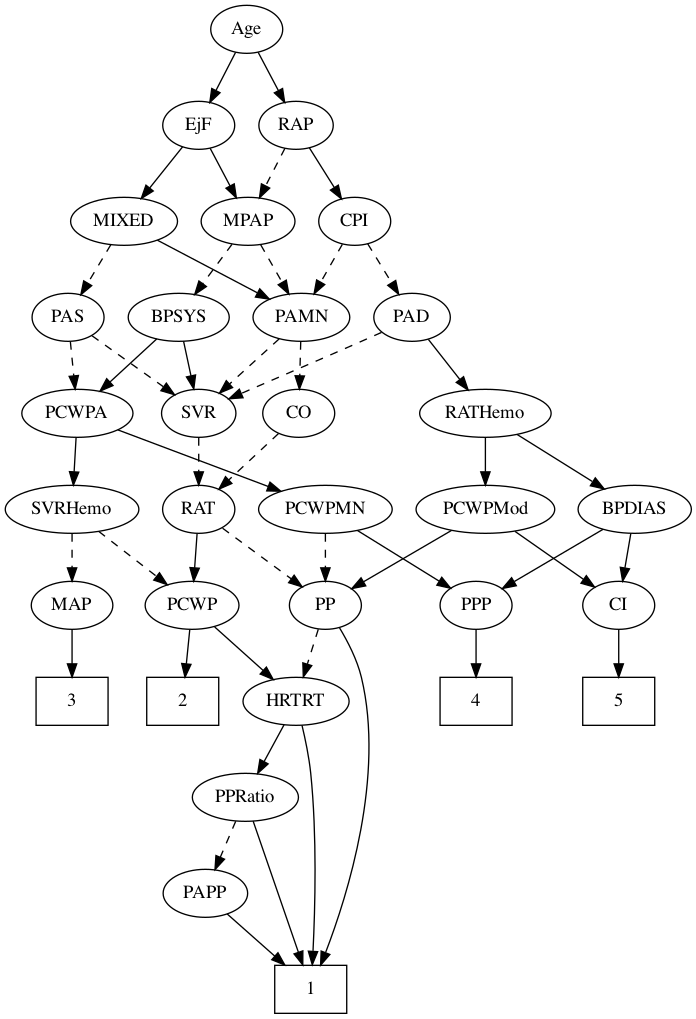
Above: TreeFiles/TreeTraining/tree2v0.png in jozieLamp/CARNA (Graphviz), before the change. Its source is kept beside it as TreeFiles/TreeTraining/tree2v0.dot. Source of this version:
```dot
strict digraph {
	graph [bb="0,0,514.29,756"];
	node [label="\N"];
	1	[height=0.5,
		pos="229.05,18",
		shape=box,
		width=0.75];
	2	[height=0.5,
		pos="133.05,234",
		shape=box,
		width=0.75];
	3	[height=0.5,
		pos="50.046,234",
		shape=box,
		width=0.75];
	4	[height=0.5,
		pos="353.05,234",
		shape=box,
		width=0.75];
	5	[height=0.5,
		pos="460.05,234",
		shape=box,
		width=0.75];
	Age	[height=0.5,
		pos="181.05,738",
		width=0.75];
	EjF	[height=0.5,
		pos="145.05,666",
		width=0.75];
	Age -> EjF	[pos="e,153.35,683.15 172.7,720.76 168.33,712.28 162.9,701.71 158,692.2",
		style=solid];
	RAP	[height=0.5,
		pos="218.05,666",
		width=0.77632];
	Age -> RAP	[pos="e,209.51,683.15 189.63,720.76 194.11,712.28 199.7,701.71 204.73,692.2",
		style=solid];
	MIXED	[height=0.5,
		pos="89.046,594",
		width=1.1193];
	EjF -> MIXED	[pos="e,101.95,611.13 132.89,649.81 125.69,640.8 116.39,629.18 108.21,618.95",
		style=solid];
	MPAP	[height=0.5,
		pos="182.05,594",
		width=0.97491];
	EjF -> MPAP	[pos="e,173.25,611.63 153.63,648.76 158.05,640.4 163.54,630.02 168.51,620.61",
		style=solid];
	RAP -> MPAP	[pos="e,190.6,611.63 209.7,648.76 205.4,640.4 200.05,630.02 195.21,620.61",
		style=dashed];
	CPI	[height=0.5,
		pos="262.05,594",
		width=0.75];
	RAP -> CPI	[pos="e,252.1,610.82 228.03,649.12 233.54,640.34 240.51,629.26 246.7,619.42",
		style=solid];
	PAS	[height=0.5,
		pos="47.046,522",
		width=0.75];
	MIXED -> PAS	[pos="e,56.638,538.99 79.092,576.41 73.945,567.83 67.56,557.19 61.847,547.67",
		style=dashed];
	PAMN	[height=0.5,
		pos="222.05,522",
		width=1.011];
	MIXED -> PAMN	[pos="e,198.04,535.64 114.06,579.83 135.23,568.69 165.72,552.64 188.91,540.44",
		style=solid];
	BPSYS	[height=0.5,
		pos="130.05,522",
		width=1.0471];
	MPAP -> BPSYS	[pos="e,142.04,539.15 169.99,576.76 163.49,568.02 155.34,557.05 148.1,547.31",
		style=dashed];
	MPAP -> PAMN	[pos="e,212.63,539.47 191.53,576.41 196.31,568.04 202.21,557.71 207.55,548.37",
		style=dashed];
	SVR	[height=0.5,
		pos="145.05,450",
		width=0.77632];
	BPSYS -> SVR	[pos="e,141.34,468.28 133.68,504.05 135.35,496.26 137.37,486.82 139.24,478.08",
		style=solid];
	PCWPA	[height=0.5,
		pos="54.046,450",
		width=1.1555];
	BPSYS -> PCWPA	[pos="e,71.03,466.64 113.55,505.81 103.34,496.4 90.031,484.14 78.591,473.61",
		style=solid];
	PAD	[height=0.5,
		pos="305.05,522",
		width=0.79437];
	RATHemo	[height=0.5,
		pos="360.05,450",
		width=1.3721];
	PAD -> RATHemo	[pos="e,347.11,467.47 317.25,505.46 324.17,496.65 332.99,485.43 340.82,475.46",
		style=solid];
	PAD -> SVR	[pos="e,167.73,460.9 282.16,510.71 277.18,508.49 271.94,506.16 267.05,504 230.25,487.79 220.92,484.03 184.05,468 181.73,466.99 179.35,\
465.96 176.94,464.91",
		style=dashed];
	CO	[height=0.5,
		pos="220.05,450",
		width=0.75];
	RAT	[height=0.5,
		pos="145.05,378",
		width=0.75827];
	CO -> RAT	[pos="e,160.2,393.14 204.87,434.83 194.19,424.87 179.73,411.37 167.69,400.14",
		style=dashed];
	PAS -> SVR	[pos="e,126.85,463.99 65.02,508.16 79.984,497.47 101.5,482.1 118.46,469.99",
		style=dashed];
	PAS -> PCWPA	[pos="e,52.335,468.1 48.776,503.7 49.547,495.98 50.474,486.71 51.334,478.11",
		style=dashed];
	PAMN -> CO	[pos="e,220.53,468.1 221.55,503.7 221.33,495.98 221.07,486.71 220.82,478.11",
		style=dashed];
	PAMN -> SVR	[pos="e,160.67,465.21 205.34,505.81 194.45,495.92 180.1,482.87 168.13,471.99",
		style=dashed];
	PCWPMod	[height=0.5,
		pos="360.05,378",
		width=1.4443];
	RATHemo -> PCWPMod	[pos="e,360.05,396.1 360.05,431.7 360.05,423.98 360.05,414.71 360.05,406.11",
		style=solid];
	BPDIAS	[height=0.5,
		pos="472.05,378",
		width=1.1735];
	RATHemo -> BPDIAS	[pos="e,449.09,393.35 383.8,434.15 400.2,423.9 422.21,410.15 440.14,398.94",
		style=solid];
	CPI -> PAD	[pos="e,295.03,539.31 271.8,577.12 277.11,568.47 283.81,557.58 289.79,547.83",
		style=dashed];
	CPI -> PAMN	[pos="e,231.55,539.63 252.77,576.76 247.99,568.4 242.05,558.02 236.68,548.61",
		style=dashed];
	PP	[height=0.5,
		pos="240.05,306",
		width=0.75];
	RAT -> PP	[pos="e,222.58,319.87 162.91,363.83 177.47,353.11 198.2,337.83 214.51,325.82",
		style=dashed];
	PCWP	[height=0.5,
		pos="140.05,306",
		width=0.97491];
	RAT -> PCWP	[pos="e,141.27,324.1 143.81,359.7 143.26,351.98 142.6,342.71 141.98,334.11",
		style=solid];
	SVR -> RAT	[pos="e,145.05,396.1 145.05,431.7 145.05,423.98 145.05,414.71 145.05,406.11",
		style=dashed];
	PCWPMod -> PP	[pos="e,259.91,318.59 334.6,362.15 315.27,350.88 288.68,335.37 268.62,323.67",
		style=solid];
	CI	[height=0.5,
		pos="460.05,306",
		width=0.75];
	PCWPMod -> CI	[pos="e,441.92,319.69 382.24,361.46 397.39,350.86 417.53,336.76 433.52,325.57",
		style=solid];
	PCWPMN	[height=0.5,
		pos="240.05,378",
		width=1.3902];
	PCWPA -> PCWPMN	[pos="e,206.62,391.58 84.344,437.6 115.02,426.05 162.73,408.1 197.25,395.1",
		style=solid];
	SVRHemo	[height=0.5,
		pos="50.046,378",
		width=1.3902];
	PCWPA -> SVRHemo	[pos="e,51.023,396.1 53.057,431.7 52.616,423.98 52.086,414.71 51.595,406.11",
		style=solid];
	PCWPMN -> PP	[pos="e,240.05,324.1 240.05,359.7 240.05,351.98 240.05,342.71 240.05,334.11",
		style=dashed];
	PPP	[height=0.5,
		pos="353.05,306",
		width=0.75];
	PCWPMN -> PPP	[pos="e,333.98,318.81 264.01,362.15 281.94,351.05 306.49,335.84 325.28,324.2",
		style=solid];
	MAP	[height=0.5,
		pos="50.046,306",
		width=0.84854];
	SVRHemo -> MAP	[pos="e,50.046,324.1 50.046,359.7 50.046,351.98 50.046,342.71 50.046,334.11",
		style=dashed];
	SVRHemo -> PCWP	[pos="e,121.36,321.54 70.019,361.46 82.714,351.59 99.304,338.69 113.15,327.92",
		style=dashed];
	BPDIAS -> PPP	[pos="e,372.86,318.65 448.25,363 429.08,351.72 402.05,335.83 381.69,323.85",
		style=solid];
	BPDIAS -> CI	[pos="e,462.98,324.1 469.08,359.7 467.76,351.98 466.17,342.71 464.69,334.11",
		style=solid];
	MAP -> 3	[pos="e,50.046,252.1 50.046,287.7 50.046,279.98 50.046,270.71 50.046,262.11",
		style=solid];
	PP -> 1	[pos="e,236.45,36.128 250.67,289.07 256.78,278.93 263.86,265.25 267.05,252 284.76,178.21 256.97,89.273 240.23,45.701",
		style=solid];
	HRTRT	[height=0.5,
		pos="218.05,234",
		width=1.1013];
	PP -> HRTRT	[pos="e,223.47,252.28 234.72,288.05 232.27,280.26 229.3,270.82 226.56,262.08",
		style=dashed];
	PPP -> 4	[pos="e,353.05,252.1 353.05,287.7 353.05,279.98 353.05,270.71 353.05,262.11",
		style=solid];
	PPRatio	[height=0.5,
		pos="180.05,162",
		width=1.1013];
	PPRatio -> 1	[pos="e,223.09,36.268 185.86,144.15 194.25,119.84 209.84,74.66 219.81,45.753",
		style=solid];
	PAPP	[height=0.5,
		pos="150.05,90",
		width=0.88464];
	PPRatio -> PAPP	[pos="e,157.24,107.79 172.78,144.05 169.32,135.97 165.1,126.12 161.24,117.11",
		style=dashed];
	PCWP -> 2	[pos="e,134.76,252.1 138.32,287.7 137.54,279.98 136.62,270.71 135.76,262.11",
		style=solid];
	PCWP -> HRTRT	[pos="e,200.88,250.4 156.97,289.81 167.63,280.25 181.57,267.74 193.44,257.08",
		style=solid];
	CI -> 5	[pos="e,460.05,252.1 460.05,287.7 460.05,279.98 460.05,270.71 460.05,262.11",
		style=solid];
	PAPP -> 1	[pos="e,209.63,36.204 166.41,74.496 176.72,65.364 190.27,53.357 202.13,42.848",
		style=solid];
	HRTRT -> 1	[pos="e,230.21,36.452 222.51,215.95 224.98,205.63 227.8,192.15 229.05,180 233.82,133.49 232.36,79.019 230.77,46.85",
		style=solid];
	HRTRT -> PPRatio	[pos="e,189.25,179.96 209.04,216.41 204.56,208.16 199.05,198.01 194.04,188.78",
		style=solid];
}
```
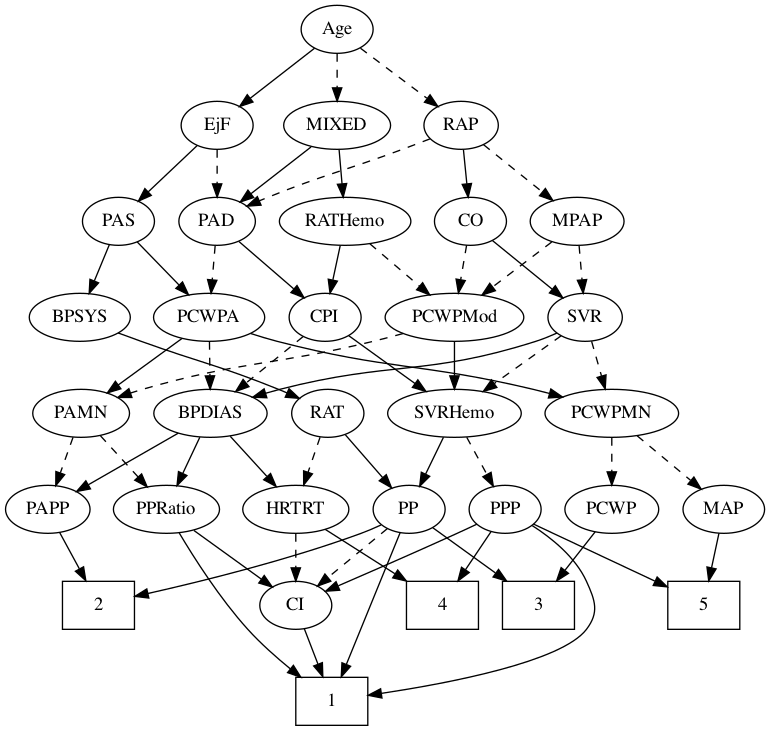
After the commit.

Diff of the diagram source:
```diff
@@ -1,202 +1,227 @@
 strict digraph {
-	graph [bb="0,0,514.29,756"];
+	graph [bb="0,0,569.39,540"];
 	node [label="\N"];
 	1	[height=0.5,
-		pos="229.05,18",
+		pos="244.85,18",
 		shape=box,
 		width=0.75];
 	2	[height=0.5,
-		pos="133.05,234",
+		pos="69.847,90",
 		shape=box,
 		width=0.75];
 	3	[height=0.5,
-		pos="50.046,234",
+		pos="399.85,90",
 		shape=box,
 		width=0.75];
 	4	[height=0.5,
-		pos="353.05,234",
+		pos="327.85,90",
 		shape=box,
 		width=0.75];
 	5	[height=0.5,
-		pos="460.05,234",
+		pos="523.85,90",
 		shape=box,
 		width=0.75];
 	Age	[height=0.5,
-		pos="181.05,738",
+		pos="248.85,522",
 		width=0.75];
 	EjF	[height=0.5,
-		pos="145.05,666",
+		pos="158.85,450",
 		width=0.75];
-	Age -> EjF	[pos="e,153.35,683.15 172.7,720.76 168.33,712.28 162.9,701.71 158,692.2",
+	Age -> EjF	[pos="e,175.7,464.11 231.92,507.83 218.34,497.27 199.09,482.3 183.76,470.37",
 		style=solid];
 	RAP	[height=0.5,
-		pos="218.05,666",
+		pos="341.85,450",
 		width=0.77632];
-	Age -> RAP	[pos="e,209.51,683.15 189.63,720.76 194.11,712.28 199.7,701.71 204.73,692.2",
-		style=solid];
+	Age -> RAP	[pos="e,324.43,464.11 266.34,507.83 280.37,497.27 300.26,482.3 316.11,470.37",
+		style=dashed];
 	MIXED	[height=0.5,
-		pos="89.046,594",
+		pos="248.85,450",
 		width=1.1193];
-	EjF -> MIXED	[pos="e,101.95,611.13 132.89,649.81 125.69,640.8 116.39,629.18 108.21,618.95",
+	Age -> MIXED	[pos="e,248.85,468.1 248.85,503.7 248.85,495.98 248.85,486.71 248.85,478.11",
+		style=dashed];
+	PAD	[height=0.5,
+		pos="158.85,378",
+		width=0.79437];
+	EjF -> PAD	[pos="e,158.85,396.1 158.85,431.7 158.85,423.98 158.85,414.71 158.85,406.11",
+		style=dashed];
+	PAS	[height=0.5,
+		pos="84.847,378",
+		width=0.75];
+	EjF -> PAS	[pos="e,99.8,393.14 143.87,434.83 133.34,424.87 119.07,411.37 107.19,400.14",
 		style=solid];
 	MPAP	[height=0.5,
-		pos="182.05,594",
+		pos="428.85,378",
 		width=0.97491];
-	EjF -> MPAP	[pos="e,173.25,611.63 153.63,648.76 158.05,640.4 163.54,630.02 168.51,620.61",
+	RAP -> MPAP	[pos="e,410.62,393.66 358.62,435.5 371.09,425.47 388.33,411.6 402.61,400.11",
+		style=dashed];
+	RAP -> PAD	[pos="e,181.23,389.36 318.6,439.89 311.91,437.3 304.6,434.51 297.85,432 253.17,415.41 241.08,413.74 196.85,396 194.78,395.17 192.65,394.29 \
+190.52,393.39",
+		style=dashed];
+	CO	[height=0.5,
+		pos="348.85,378",
+		width=0.75];
+	RAP -> CO	[pos="e,347.14,396.1 343.58,431.7 344.35,423.98 345.28,414.71 346.14,406.11",
 		style=solid];
-	RAP -> MPAP	[pos="e,190.6,611.63 209.7,648.76 205.4,640.4 200.05,630.02 195.21,620.61",
+	MIXED -> PAD	[pos="e,176.21,392.5 229.32,433.81 216.09,423.53 198.49,409.84 184.19,398.71",
+		style=solid];
+	RATHemo	[height=0.5,
+		pos="254.85,378",
+		width=1.3721];
+	MIXED -> RATHemo	[pos="e,253.38,396.1 250.33,431.7 250.99,423.98 251.79,414.71 252.52,406.11",
+		style=solid];
+	SVR	[height=0.5,
+		pos="434.85,306",
+		width=0.77632];
+	MPAP -> SVR	[pos="e,433.38,324.1 430.33,359.7 430.99,351.98 431.79,342.71 432.52,334.11",
 		style=dashed];
+	PCWPMod	[height=0.5,
+		pos="336.85,306",
+		width=1.4443];
+	MPAP -> PCWPMod	[pos="e,357.48,322.7 409.78,362.5 397.03,352.79 380,339.83 365.6,328.88",
+		style=dashed];
+	BPSYS	[height=0.5,
+		pos="55.847,306",
+		width=1.0471];
+	RAT	[height=0.5,
+		pos="241.85,234",
+		width=0.75827];
+	BPSYS -> RAT	[pos="e,220.48,245.24 84.528,294.31 90.258,292.2 96.239,290.02 101.85,288 147.48,271.59 159.88,270.14 204.85,252 206.92,251.16 209.05,\
+250.27 211.19,249.35",
+		style=solid];
 	CPI	[height=0.5,
-		pos="262.05,594",
+		pos="239.85,306",
 		width=0.75];
-	RAP -> CPI	[pos="e,252.1,610.82 228.03,649.12 233.54,640.34 240.51,629.26 246.7,619.42",
-		style=solid];
-	PAS	[height=0.5,
-		pos="47.046,522",
-		width=0.75];
-	MIXED -> PAS	[pos="e,56.638,538.99 79.092,576.41 73.945,567.83 67.56,557.19 61.847,547.67",
-		style=dashed];
-	PAMN	[height=0.5,
-		pos="222.05,522",
-		width=1.011];
-	MIXED -> PAMN	[pos="e,198.04,535.64 114.06,579.83 135.23,568.69 165.72,552.64 188.91,540.44",
-		style=solid];
-	BPSYS	[height=0.5,
-		pos="130.05,522",
-		width=1.0471];
-	MPAP -> BPSYS	[pos="e,142.04,539.15 169.99,576.76 163.49,568.02 155.34,557.05 148.1,547.31",
-		style=dashed];
-	MPAP -> PAMN	[pos="e,212.63,539.47 191.53,576.41 196.31,568.04 202.21,557.71 207.55,548.37",
-		style=dashed];
-	SVR	[height=0.5,
-		pos="145.05,450",
-		width=0.77632];
-	BPSYS -> SVR	[pos="e,141.34,468.28 133.68,504.05 135.35,496.26 137.37,486.82 139.24,478.08",
+	PAD -> CPI	[pos="e,224.03,320.67 175.24,362.83 187.03,352.64 203.11,338.75 216.27,327.37",
 		style=solid];
 	PCWPA	[height=0.5,
-		pos="54.046,450",
+		pos="152.85,306",
 		width=1.1555];
-	BPSYS -> PCWPA	[pos="e,71.03,466.64 113.55,505.81 103.34,496.4 90.031,484.14 78.591,473.61",
+	PAD -> PCWPA	[pos="e,154.31,324.1 157.36,359.7 156.7,351.98 155.91,342.71 155.17,334.11",
+		style=dashed];
+	CO -> SVR	[pos="e,418.02,320.69 365.43,363.5 378.08,353.21 395.71,338.86 410.03,327.2",
 		style=solid];
-	PAD	[height=0.5,
-		pos="305.05,522",
-		width=0.79437];
-	RATHemo	[height=0.5,
-		pos="360.05,450",
-		width=1.3721];
-	PAD -> RATHemo	[pos="e,347.11,467.47 317.25,505.46 324.17,496.65 332.99,485.43 340.82,475.46",
+	CO -> PCWPMod	[pos="e,339.81,324.28 345.94,360.05 344.62,352.35 343.02,343.03 341.54,334.36",
+		style=dashed];
+	PAS -> BPSYS	[pos="e,62.872,323.96 77.975,360.41 74.629,352.34 70.526,342.43 66.766,333.35",
 		style=solid];
-	PAD -> SVR	[pos="e,167.73,460.9 282.16,510.71 277.18,508.49 271.94,506.16 267.05,504 230.25,487.79 220.92,484.03 184.05,468 181.73,466.99 179.35,\
-465.96 176.94,464.91",
+	PAS -> PCWPA	[pos="e,137.35,322.95 98.937,362.5 107.95,353.22 119.85,340.97 130.18,330.34",
+		style=solid];
+	PAMN	[height=0.5,
+		pos="56.847,234",
+		width=1.011];
+	PPRatio	[height=0.5,
+		pos="120.85,162",
+		width=1.1013];
+	PAMN -> PPRatio	[pos="e,106.38,178.82 71.37,217.12 79.716,207.99 90.351,196.36 99.62,186.22",
 		style=dashed];
-	CO	[height=0.5,
-		pos="220.05,450",
-		width=0.75];
-	RAT	[height=0.5,
-		pos="145.05,378",
-		width=0.75827];
-	CO -> RAT	[pos="e,160.2,393.14 204.87,434.83 194.19,424.87 179.73,411.37 167.69,400.14",
+	PAPP	[height=0.5,
+		pos="31.847,162",
+		width=0.88464];
+	PAMN -> PAPP	[pos="e,37.843,179.79 50.795,216.05 47.94,208.06 44.465,198.33 41.276,189.4",
 		style=dashed];
-	PAS -> SVR	[pos="e,126.85,463.99 65.02,508.16 79.984,497.47 101.5,482.1 118.46,469.99",
+	RATHemo -> CPI	[pos="e,243.51,324.1 251.14,359.7 249.49,351.98 247.5,342.71 245.66,334.11",
+		style=solid];
+	RATHemo -> PCWPMod	[pos="e,318.31,322.82 273.45,361.12 284.46,351.72 298.58,339.67 310.69,329.33",
 		style=dashed];
-	PAS -> PCWPA	[pos="e,52.335,468.1 48.776,503.7 49.547,495.98 50.474,486.71 51.334,478.11",
-		style=dashed];
-	PAMN -> CO	[pos="e,220.53,468.1 221.55,503.7 221.33,495.98 221.07,486.71 220.82,478.11",
-		style=dashed];
-	PAMN -> SVR	[pos="e,160.67,465.21 205.34,505.81 194.45,495.92 180.1,482.87 168.13,471.99",
-		style=dashed];
-	PCWPMod	[height=0.5,
-		pos="360.05,378",
-		width=1.4443];
-	RATHemo -> PCWPMod	[pos="e,360.05,396.1 360.05,431.7 360.05,423.98 360.05,414.71 360.05,406.11",
+	SVRHemo	[height=0.5,
+		pos="336.85,234",
+		width=1.3902];
+	CPI -> SVRHemo	[pos="e,315.44,250.45 257.64,292.16 271.52,282.14 291.1,268.02 307.32,256.31",
 		style=solid];
 	BPDIAS	[height=0.5,
-		pos="472.05,378",
+		pos="153.85,234",
 		width=1.1735];
-	RATHemo -> BPDIAS	[pos="e,449.09,393.35 383.8,434.15 400.2,423.9 422.21,410.15 440.14,398.94",
-		style=solid];
-	CPI -> PAD	[pos="e,295.03,539.31 271.8,577.12 277.11,568.47 283.81,557.58 289.79,547.83",
-		style=dashed];
-	CPI -> PAMN	[pos="e,231.55,539.63 252.77,576.76 247.99,568.4 242.05,558.02 236.68,548.61",
+	CPI -> BPDIAS	[pos="e,172.77,250.41 223.27,291.5 211.19,281.67 194.57,268.15 180.62,256.79",
 		style=dashed];
 	PP	[height=0.5,
-		pos="240.05,306",
+		pos="302.85,162",
 		width=0.75];
-	RAT -> PP	[pos="e,222.58,319.87 162.91,363.83 177.47,353.11 198.2,337.83 214.51,325.82",
+	RAT -> PP	[pos="e,289.64,178.16 255.08,217.81 263.24,208.45 273.84,196.28 282.99,185.79",
+		style=solid];
+	HRTRT	[height=0.5,
+		pos="217.85,162",
+		width=1.1013];
+	RAT -> HRTRT	[pos="e,223.77,180.28 236.04,216.05 233.34,208.18 230.06,198.62 227.03,189.79",
+		style=dashed];
+	PCWPMN	[height=0.5,
+		pos="454.85,234",
+		width=1.3902];
+	SVR -> PCWPMN	[pos="e,449.91,252.28 439.69,288.05 441.92,280.26 444.61,270.82 447.11,262.08",
+		style=dashed];
+	SVR -> SVRHemo	[pos="e,358.47,250.45 416.87,292.16 402.85,282.14 383.07,268.02 366.68,256.31",
+		style=dashed];
+	SVR -> BPDIAS	[pos="e,185.55,246.09 413.68,294.2 408.59,291.9 403.1,289.67 397.85,288 315.11,261.68 289.95,273.54 205.85,252 202.43,251.13 198.91,250.15 \
+195.39,249.11",
+		style=solid];
+	PCWPMod -> PAMN	[pos="e,84.356,245.92 298.23,293.82 290.82,291.79 283.11,289.77 275.85,288 199.53,269.45 178.33,273.67 102.85,252 99.914,251.16 96.9,250.22 \
+93.886,249.23",
+		style=dashed];
+	PCWPMod -> SVRHemo	[pos="e,336.85,252.1 336.85,287.7 336.85,279.98 336.85,270.71 336.85,262.11",
+		style=solid];
+	PCWPA -> PAMN	[pos="e,76.52,249.35 132.49,290.15 118.56,280 99.912,266.4 84.62,255.25",
+		style=solid];
+	PCWPA -> PCWPMN	[pos="e,417.85,246.24 183.93,293.89 190.46,291.77 197.34,289.69 203.85,288 287.89,266.22 311.37,272.04 395.85,252 399.87,251.04 404.03,\
+249.99 408.2,248.88",
+		style=solid];
+	PCWPA -> BPDIAS	[pos="e,153.6,252.1 153.09,287.7 153.2,279.98 153.34,270.71 153.46,262.11",
+		style=dashed];
+	MAP	[height=0.5,
+		pos="538.85,162",
+		width=0.84854];
+	PCWPMN -> MAP	[pos="e,521.86,177.16 473.91,217.12 485.74,207.26 501.08,194.47 513.88,183.81",
 		style=dashed];
 	PCWP	[height=0.5,
-		pos="140.05,306",
+		pos="454.85,162",
 		width=0.97491];
-	RAT -> PCWP	[pos="e,141.27,324.1 143.81,359.7 143.26,351.98 142.6,342.71 141.98,334.11",
+	PCWPMN -> PCWP	[pos="e,454.85,180.1 454.85,215.7 454.85,207.98 454.85,198.71 454.85,190.11",
+		style=dashed];
+	SVRHemo -> PP	[pos="e,310.77,179.31 328.62,216.05 324.59,207.77 319.66,197.62 315.2,188.42",
 		style=solid];
-	SVR -> RAT	[pos="e,145.05,396.1 145.05,431.7 145.05,423.98 145.05,414.71 145.05,406.11",
+	PPP	[height=0.5,
+		pos="374.85,162",
+		width=0.75];
+	SVRHemo -> PPP	[pos="e,365.99,179.31 346.05,216.05 350.59,207.68 356.17,197.4 361.2,188.13",
 		style=dashed];
-	PCWPMod -> PP	[pos="e,259.91,318.59 334.6,362.15 315.27,350.88 288.68,335.37 268.62,323.67",
+	BPDIAS -> PPRatio	[pos="e,128.76,179.79 145.86,216.05 142.05,207.97 137.4,198.12 133.16,189.11",
+		style=solid];
+	BPDIAS -> PAPP	[pos="e,53.448,175.39 129.74,219.17 110.39,208.06 83.09,192.4 62.236,180.44",
+		style=solid];
+	BPDIAS -> HRTRT	[pos="e,203.08,179.15 168.69,216.76 176.85,207.84 187.12,196.61 196.16,186.72",
+		style=solid];
+	MAP -> 5	[pos="e,527.55,108.28 535.22,144.05 533.55,136.26 531.52,126.82 529.65,118.08",
+		style=solid];
+	PP -> 1	[pos="e,251.93,36.346 296.08,144.43 286.19,120.22 267.68,74.894 255.82,45.871",
+		style=solid];
+	PP -> 2	[pos="e,97.087,96.709 281.8,150.29 276.95,148.05 271.78,145.81 266.85,144 212.41,124.01 147.01,107.91 106.95,98.898",
+		style=solid];
+	PP -> 3	[pos="e,375.96,108.24 320.64,148.16 333.74,138.7 351.93,125.58 367.58,114.29",
 		style=solid];
 	CI	[height=0.5,
-		pos="460.05,306",
+		pos="217.85,90",
 		width=0.75];
-	PCWPMod -> CI	[pos="e,441.92,319.69 382.24,361.46 397.39,350.86 417.53,336.76 433.52,325.57",
+	PP -> CI	[pos="e,234.19,104.46 286.46,147.5 273.88,137.14 256.31,122.67 242.1,110.97",
+		style=dashed];
+	PPP -> 1	[pos="e,272.06,22.509 395.15,149.81 409.47,140.65 427.53,126.25 435.85,108 442.48,93.441 445.53,84.737 435.85,72 417.33,47.64 332.35,31.547 \
+282.2,23.991",
 		style=solid];
-	PCWPMN	[height=0.5,
-		pos="240.05,378",
-		width=1.3902];
-	PCWPA -> PCWPMN	[pos="e,206.62,391.58 84.344,437.6 115.02,426.05 162.73,408.1 197.25,395.1",
+	PPP -> 4	[pos="e,339.46,108.29 364.18,145.12 358.54,136.72 351.48,126.2 345.08,116.67",
 		style=solid];
-	SVRHemo	[height=0.5,
-		pos="50.046,378",
-		width=1.3902];
-	PCWPA -> SVRHemo	[pos="e,51.023,396.1 53.057,431.7 52.616,423.98 52.086,414.71 51.595,406.11",
+	PPP -> 5	[pos="e,496.44,103.83 396.16,150.92 400.99,148.64 406.09,146.24 410.85,144 436.29,132.02 464.98,118.57 487.09,108.21",
 		style=solid];
-	PCWPMN -> PP	[pos="e,240.05,324.1 240.05,359.7 240.05,351.98 240.05,342.71 240.05,334.11",
+	PPP -> CI	[pos="e,240.23,100.58 353.57,150.83 348.74,148.56 343.63,146.18 338.85,144 308.76,130.31 274.19,115.23 249.73,104.67",
+		style=solid];
+	PPRatio -> 1	[pos="e,221.66,36.03 130.42,144.28 141.52,125.62 160.97,95.044 181.85,72 191.41,61.449 203.06,51.085 213.74,42.359",
+		style=solid];
+	PPRatio -> CI	[pos="e,200.23,103.71 141.42,146.15 156.15,135.52 176.1,121.13 191.93,109.71",
+		style=solid];
+	PCWP -> 3	[pos="e,413.43,108.29 442.37,145.12 435.7,136.63 427.33,125.98 419.79,116.38",
+		style=solid];
+	CI -> 1	[pos="e,238.12,36.447 224.25,72.411 227.28,64.539 230.99,54.929 234.42,46.042",
+		style=solid];
+	PAPP -> 2	[pos="e,60.376,108.45 40.853,144.41 45.218,136.37 50.568,126.51 55.478,117.47",
+		style=solid];
+	HRTRT -> 4	[pos="e,300.83,108.19 239.84,147 254.79,137.49 274.9,124.69 292.13,113.73",
+		style=solid];
+	HRTRT -> CI	[pos="e,217.85,108.1 217.85,143.7 217.85,135.98 217.85,126.71 217.85,118.11",
 		style=dashed];
-	PPP	[height=0.5,
-		pos="353.05,306",
-		width=0.75];
-	PCWPMN -> PPP	[pos="e,333.98,318.81 264.01,362.15 281.94,351.05 306.49,335.84 325.28,324.2",
-		style=solid];
-	MAP	[height=0.5,
-		pos="50.046,306",
-		width=0.84854];
-	SVRHemo -> MAP	[pos="e,50.046,324.1 50.046,359.7 50.046,351.98 50.046,342.71 50.046,334.11",
-		style=dashed];
-	SVRHemo -> PCWP	[pos="e,121.36,321.54 70.019,361.46 82.714,351.59 99.304,338.69 113.15,327.92",
-		style=dashed];
-	BPDIAS -> PPP	[pos="e,372.86,318.65 448.25,363 429.08,351.72 402.05,335.83 381.69,323.85",
-		style=solid];
-	BPDIAS -> CI	[pos="e,462.98,324.1 469.08,359.7 467.76,351.98 466.17,342.71 464.69,334.11",
-		style=solid];
-	MAP -> 3	[pos="e,50.046,252.1 50.046,287.7 50.046,279.98 50.046,270.71 50.046,262.11",
-		style=solid];
-	PP -> 1	[pos="e,236.45,36.128 250.67,289.07 256.78,278.93 263.86,265.25 267.05,252 284.76,178.21 256.97,89.273 240.23,45.701",
-		style=solid];
-	HRTRT	[height=0.5,
-		pos="218.05,234",
-		width=1.1013];
-	PP -> HRTRT	[pos="e,223.47,252.28 234.72,288.05 232.27,280.26 229.3,270.82 226.56,262.08",
-		style=dashed];
-	PPP -> 4	[pos="e,353.05,252.1 353.05,287.7 353.05,279.98 353.05,270.71 353.05,262.11",
-		style=solid];
-	PPRatio	[height=0.5,
-		pos="180.05,162",
-		width=1.1013];
-	PPRatio -> 1	[pos="e,223.09,36.268 185.86,144.15 194.25,119.84 209.84,74.66 219.81,45.753",
-		style=solid];
-	PAPP	[height=0.5,
-		pos="150.05,90",
-		width=0.88464];
-	PPRatio -> PAPP	[pos="e,157.24,107.79 172.78,144.05 169.32,135.97 165.1,126.12 161.24,117.11",
-		style=dashed];
-	PCWP -> 2	[pos="e,134.76,252.1 138.32,287.7 137.54,279.98 136.62,270.71 135.76,262.11",
-		style=solid];
-	PCWP -> HRTRT	[pos="e,200.88,250.4 156.97,289.81 167.63,280.25 181.57,267.74 193.44,257.08",
-		style=solid];
-	CI -> 5	[pos="e,460.05,252.1 460.05,287.7 460.05,279.98 460.05,270.71 460.05,262.11",
-		style=solid];
-	PAPP -> 1	[pos="e,209.63,36.204 166.41,74.496 176.72,65.364 190.27,53.357 202.13,42.848",
-		style=solid];
-	HRTRT -> 1	[pos="e,230.21,36.452 222.51,215.95 224.98,205.63 227.8,192.15 229.05,180 233.82,133.49 232.36,79.019 230.77,46.85",
-		style=solid];
-	HRTRT -> PPRatio	[pos="e,189.25,179.96 209.04,216.41 204.56,208.16 199.05,198.01 194.04,188.78",
-		style=solid];
 }
```
